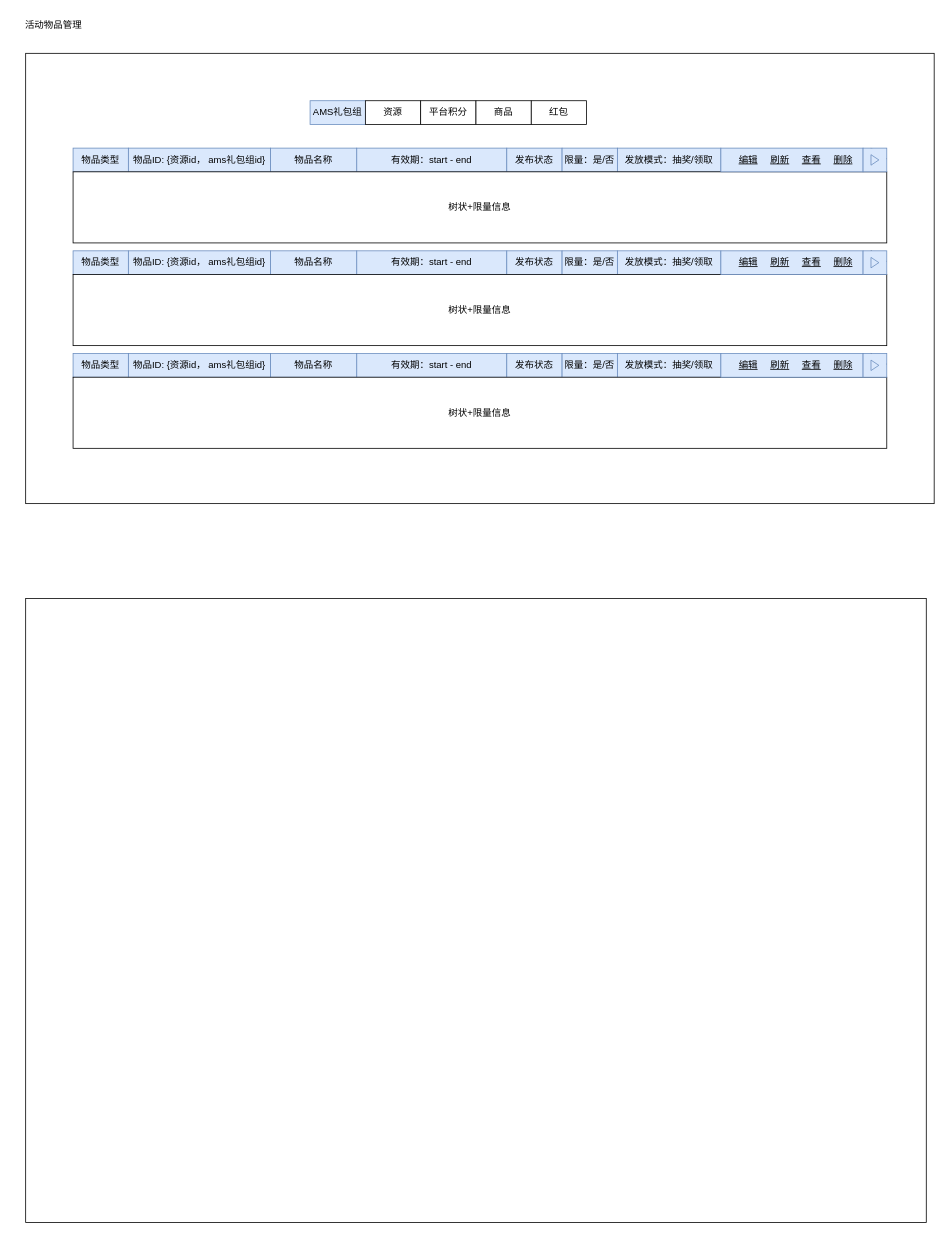
Before: ceiba_flow3.drawio in axtrur/resource, a draw.io diagram. Source tidied: cells renumbered, new cells numbered last; positions are measured from the earlier drawing's top-left corner, leaving out a move shared by most shapes. Both pictures are drawn from the tidied source at 79%, with x=0, y=0 at pixel (13, 13).
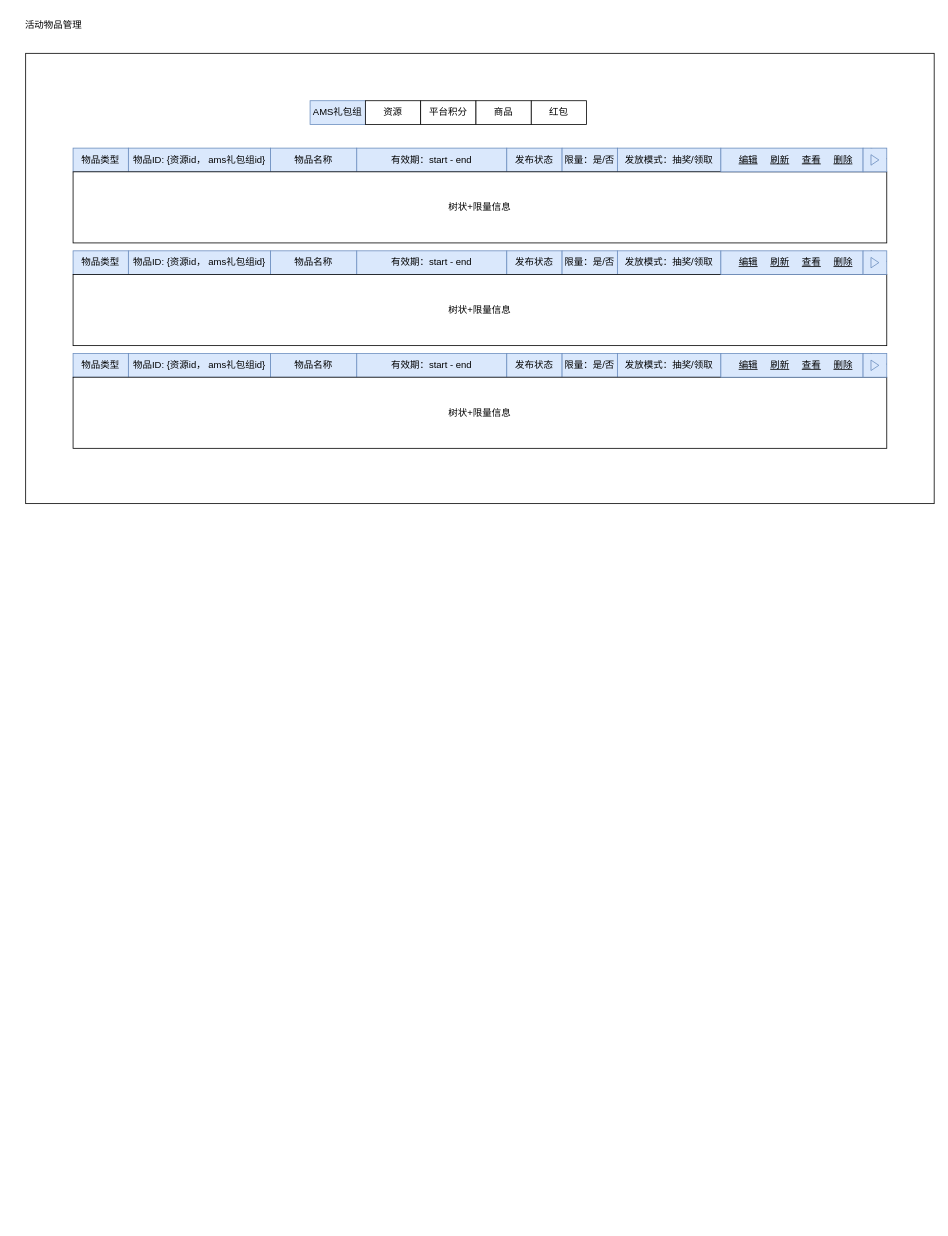
The same diagram, later.

Change to the diagram source:
```diff
@@
-    <mxCell id="57" style="rounded=0;whiteSpace=wrap;html=1;" parent="1" vertex="1">
-      <mxGeometry x="15" y="740" width="1140" height="790" as="geometry" />
-    </mxCell>
```
